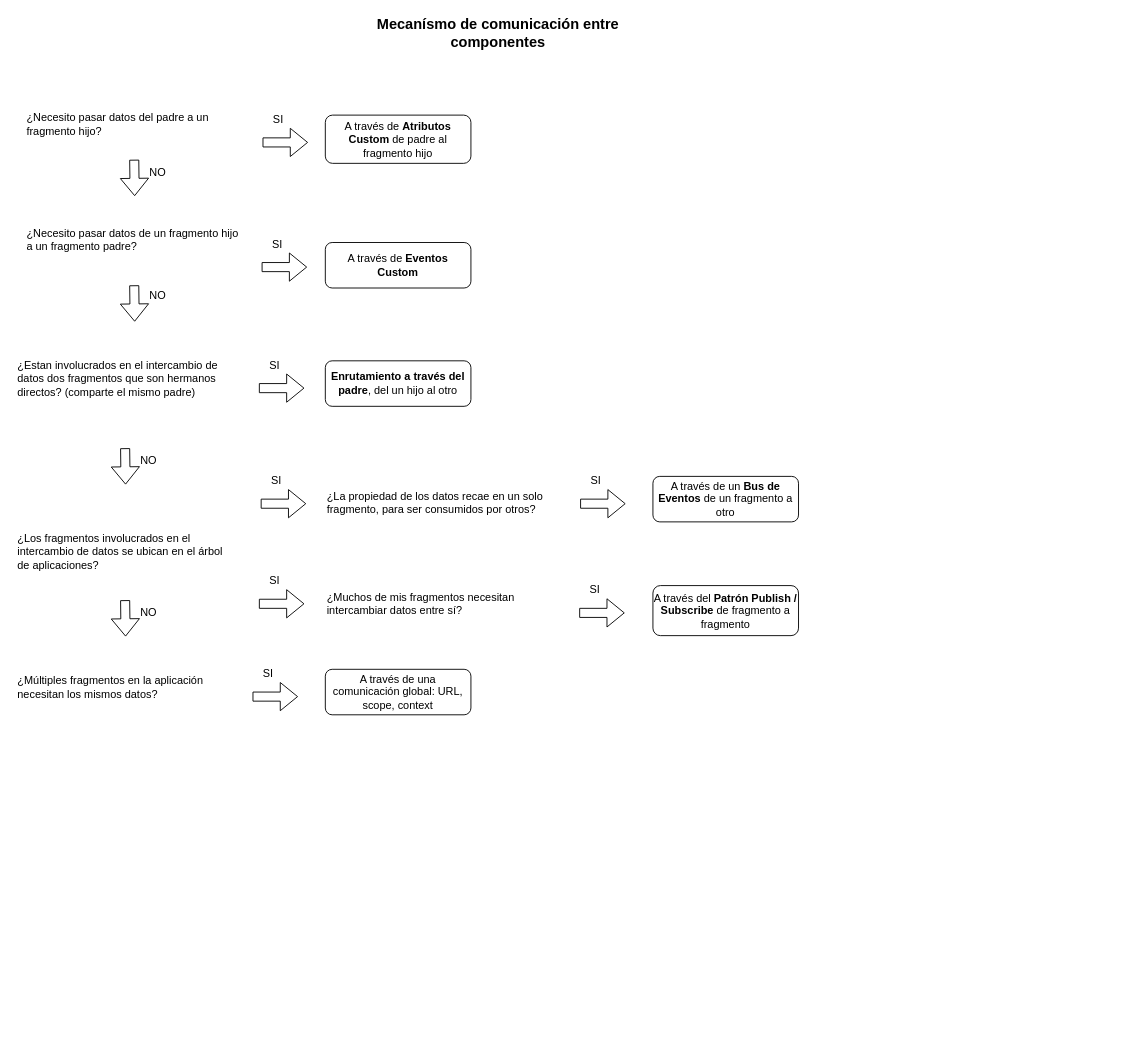
Earlier version of the draw.io diagram page "comunication" (3 of 6) of docs/architecture.dio (Project-Foundations/pfmf-react-root). Source tidied: cells renumbered, new cells numbered last; positions are measured from the earlier drawing's top-left corner, leaving out a move shared by most shapes. Both pictures are drawn from the tidied source at 91%, with x=0, y=0 at pixel (15, 19).
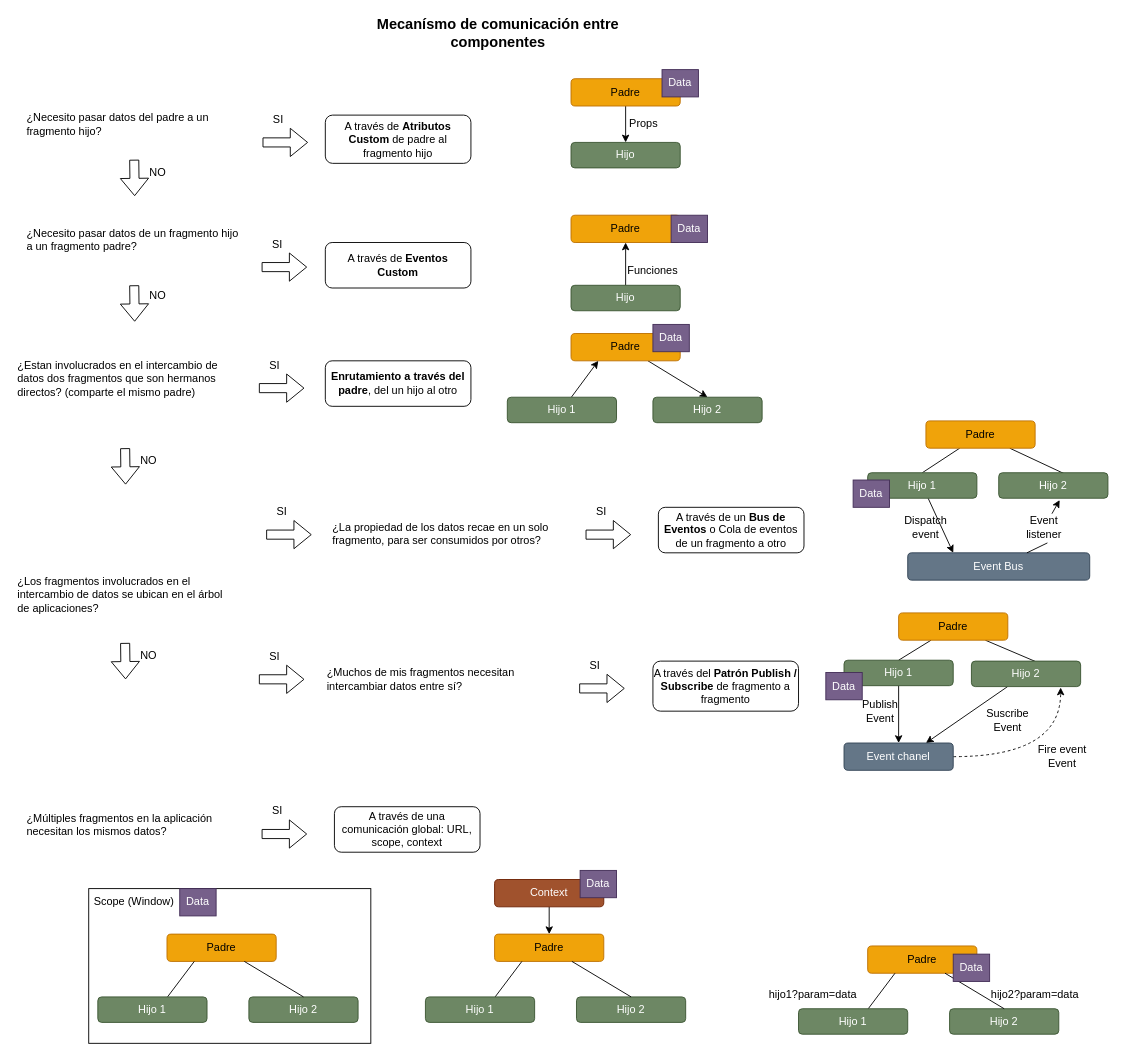
The same diagram, later.

Change to the diagram source:
```diff
@@
     <mxCell id="11" value="¿Los fragmentos involucrados en el intercambio de datos se ubican en el árbol de aplicaciones?" style="text;html=1;strokeColor=none;fillColor=none;align=left;verticalAlign=middle;whiteSpace=wrap;rounded=0;" parent="1" vertex="1">
-      <mxGeometry y="565" width="230" height="40" as="geometry" />
+      <mxGeometry y="612" width="230" height="40" as="geometry" />
     </mxCell>
     <mxCell id="12" value="¿La propiedad de los datos recae en un solo fragmento, para ser consumidos por otros?" style="text;html=1;strokeColor=none;fillColor=none;align=left;verticalAlign=middle;whiteSpace=wrap;rounded=0;" parent="1" vertex="1">
-      <mxGeometry x="340" y="511" width="240" height="40" as="geometry" />
+      <mxGeometry x="346" y="545" width="240" height="40" as="geometry" />
     </mxCell>
-    <mxCell id="13" value="A través de un &lt;b&gt;Bus de Eventos&lt;/b&gt; de un fragmento a otro" style="rounded=1;whiteSpace=wrap;html=1;" parent="1" vertex="1">
-      <mxGeometry x="700" y="502" width="160" height="50" as="geometry" />
+    <mxCell id="13" value="A través de un &lt;b&gt;Bus de Eventos&lt;/b&gt;&amp;nbsp;o Cola de eventos de un fragmento a otro" style="rounded=1;whiteSpace=wrap;html=1;" parent="1" vertex="1">
+      <mxGeometry x="706" y="536" width="160" height="50" as="geometry" />
     </mxCell>
     <mxCell id="14" value="¿Muchos de mis fragmentos necesitan intercambiar datos entre sí?" style="text;html=1;strokeColor=none;fillColor=none;align=left;verticalAlign=middle;whiteSpace=wrap;rounded=0;" parent="1" vertex="1">
-      <mxGeometry x="340" y="622" width="240" height="40" as="geometry" />
+      <mxGeometry x="340" y="705" width="240" height="40" as="geometry" />
     </mxCell>
     <mxCell id="15" value="A través del &lt;b&gt;Patrón Publish / Subscribe&lt;/b&gt; de fragmento a fragmento" style="rounded=1;whiteSpace=wrap;html=1;" parent="1" vertex="1">
-      <mxGeometry x="700" y="622" width="160" height="55" as="geometry" />
+      <mxGeometry x="700" y="705" width="160" height="55" as="geometry" />
     </mxCell>
     <mxCell id="16" value="¿Múltiples fragmentos en la aplicación necesitan los mismos datos?" style="text;html=1;strokeColor=none;fillColor=none;align=left;verticalAlign=middle;whiteSpace=wrap;rounded=0;" parent="1" vertex="1">
-      <mxGeometry y="714" width="250" height="40" as="geometry" />
+      <mxGeometry x="10" y="865" width="250" height="40" as="geometry" />
     </mxCell>
     <mxCell id="17" value="A través de una comunicación global: URL, scope, context" style="rounded=1;whiteSpace=wrap;html=1;" parent="1" vertex="1">
-      <mxGeometry x="340" y="714" width="160" height="50" as="geometry" />
+      <mxGeometry x="350" y="865" width="160" height="50" as="geometry" />
     </mxCell>
@@
     <mxCell id="33" style="group;" parent="1" vertex="1">
-      <mxGeometry x="269" y="492" width="50" height="40" as="geometry" />
+      <mxGeometry x="275" y="526" width="50" height="40" as="geometry" />
     </mxCell>
@@
     <mxCell id="36" style="group;" parent="1" vertex="1">
-      <mxGeometry x="267" y="602" width="50" height="40" as="geometry" />
+      <mxGeometry x="267" y="685" width="50" height="40" as="geometry" />
     </mxCell>
@@
     <mxCell id="39" style="group;" parent="1" vertex="1">
-      <mxGeometry x="620" y="492" width="50" height="40" as="geometry" />
+      <mxGeometry x="626" y="526" width="50" height="40" as="geometry" />
     </mxCell>
@@
     <mxCell id="42" style="group;" parent="1" vertex="1">
-      <mxGeometry x="619" y="612" width="50" height="40" as="geometry" />
+      <mxGeometry x="619" y="695" width="50" height="40" as="geometry" />
     </mxCell>
@@
     <mxCell id="45" style="group;" parent="1" vertex="1">
-      <mxGeometry x="120" y="638" width="40.5" height="40" as="geometry" />
+      <mxGeometry x="120" y="685" width="40.5" height="40" as="geometry" />
     </mxCell>
@@
     <mxCell id="48" style="group;" parent="1" vertex="1">
-      <mxGeometry x="260" y="704" width="50" height="40" as="geometry" />
+      <mxGeometry x="270" y="855" width="50" height="40" as="geometry" />
     </mxCell>
@@
+    <mxCell id="52" style="edgeStyle=none;html=1;fontSize=12;" parent="1" edge="1" source="53" target="54">
+      <mxGeometry relative="1" as="geometry" />
+    </mxCell>
+    <mxCell id="53" value="Padre" style="rounded=1;whiteSpace=wrap;html=1;fontSize=12;fillColor=#f0a30a;strokeColor=#BD7000;fontColor=#000000;" parent="1" vertex="1">
+      <mxGeometry x="610" y="65" width="120" height="30" as="geometry" />
+    </mxCell>
+    <mxCell id="54" value="Hijo" style="rounded=1;whiteSpace=wrap;html=1;fontSize=12;fillColor=#6d8764;fontColor=#ffffff;strokeColor=#3A5431;" parent="1" vertex="1">
+      <mxGeometry x="610" y="135" width="120" height="28" as="geometry" />
+    </mxCell>
+    <mxCell id="55" value="Props" style="text;html=1;strokeColor=none;fillColor=none;align=center;verticalAlign=middle;whiteSpace=wrap;rounded=0;fontSize=12;" parent="1" vertex="1">
+      <mxGeometry x="670" y="100" width="40" height="30" as="geometry" />
+    </mxCell>
+    <mxCell id="56" style="edgeStyle=none;html=1;fontSize=12;exitX=0.5;exitY=0;exitDx=0;exitDy=0;entryX=0.5;entryY=1;entryDx=0;entryDy=0;" parent="1" edge="1" source="58" target="57">
+      <mxGeometry relative="1" as="geometry" />
+    </mxCell>
+    <mxCell id="57" value="Padre" style="rounded=1;whiteSpace=wrap;html=1;fontSize=12;fillColor=#f0a30a;strokeColor=#BD7000;fontColor=#000000;" parent="1" vertex="1">
+      <mxGeometry x="610" y="215" width="120" height="30" as="geometry" />
+    </mxCell>
+    <mxCell id="58" value="Hijo" style="rounded=1;whiteSpace=wrap;html=1;fontSize=12;fillColor=#6d8764;fontColor=#ffffff;strokeColor=#3A5431;" parent="1" vertex="1">
+      <mxGeometry x="610" y="292" width="120" height="28" as="geometry" />
+    </mxCell>
+    <mxCell id="59" value="Funciones" style="text;html=1;strokeColor=none;fillColor=none;align=center;verticalAlign=middle;whiteSpace=wrap;rounded=0;fontSize=12;" parent="1" vertex="1">
+      <mxGeometry x="680" y="261" width="40" height="30" as="geometry" />
+    </mxCell>
+    <mxCell id="60" style="edgeStyle=none;html=1;entryX=0.5;entryY=0;entryDx=0;entryDy=0;fontSize=12;" parent="1" edge="1" source="61" target="65">
+      <mxGeometry relative="1" as="geometry" />
+    </mxCell>
+    <mxCell id="61" value="Padre" style="rounded=1;whiteSpace=wrap;html=1;fontSize=12;fillColor=#f0a30a;strokeColor=#BD7000;fontColor=#000000;" parent="1" vertex="1">
+      <mxGeometry x="610" y="345" width="120" height="30" as="geometry" />
+    </mxCell>
+    <mxCell id="62" style="edgeStyle=none;html=1;entryX=0.25;entryY=1;entryDx=0;entryDy=0;fontSize=12;" parent="1" edge="1" source="63" target="61">
+      <mxGeometry relative="1" as="geometry" />
+    </mxCell>
+    <mxCell id="63" value="Hijo 1" style="rounded=1;whiteSpace=wrap;html=1;fontSize=12;fillColor=#6d8764;fontColor=#ffffff;strokeColor=#3A5431;" parent="1" vertex="1">
+      <mxGeometry x="540" y="415" width="120" height="28" as="geometry" />
+    </mxCell>
+    <mxCell id="64" value="Data" style="text;html=1;align=center;verticalAlign=middle;whiteSpace=wrap;rounded=0;fontSize=12;fillColor=#76608a;strokeColor=#432D57;fontColor=#ffffff;" parent="1" vertex="1">
+      <mxGeometry x="700" y="335" width="40" height="30" as="geometry" />
+    </mxCell>
+    <mxCell id="65" value="Hijo 2" style="rounded=1;whiteSpace=wrap;html=1;fontSize=12;fillColor=#6d8764;fontColor=#ffffff;strokeColor=#3A5431;" parent="1" vertex="1">
+      <mxGeometry x="700" y="415" width="120" height="28" as="geometry" />
+    </mxCell>
+    <mxCell id="66" style="edgeStyle=none;html=1;entryX=0.5;entryY=0;entryDx=0;entryDy=0;fontSize=12;endArrow=none;endFill=0;" parent="1" edge="1" source="68" target="70">
+      <mxGeometry relative="1" as="geometry" />
+    </mxCell>
+    <mxCell id="67" style="edgeStyle=none;html=1;entryX=0.617;entryY=0.071;entryDx=0;entryDy=0;entryPerimeter=0;fontSize=12;endArrow=none;endFill=0;" parent="1" edge="1" source="68" target="72">
+      <mxGeometry relative="1" as="geometry" />
+    </mxCell>
+    <mxCell id="68" value="Padre" style="rounded=1;whiteSpace=wrap;html=1;fontSize=12;fillColor=#f0a30a;strokeColor=#BD7000;fontColor=#000000;" parent="1" vertex="1">
+      <mxGeometry x="1000" y="441" width="120" height="30" as="geometry" />
+    </mxCell>
+    <mxCell id="69" style="edgeStyle=none;html=1;entryX=0.25;entryY=0;entryDx=0;entryDy=0;fontSize=12;" parent="1" edge="1" source="70" target="74">
+      <mxGeometry relative="1" as="geometry" />
+    </mxCell>
+    <mxCell id="70" value="Hijo 1" style="rounded=1;whiteSpace=wrap;html=1;fontSize=12;fillColor=#6d8764;fontColor=#ffffff;strokeColor=#3A5431;" parent="1" vertex="1">
+      <mxGeometry x="936" y="498" width="120" height="28" as="geometry" />
+    </mxCell>
+    <mxCell id="71" value="Data" style="text;html=1;strokeColor=#432D57;fillColor=#76608a;align=center;verticalAlign=middle;whiteSpace=wrap;rounded=0;fontSize=12;fontColor=#ffffff;" parent="1" vertex="1">
+      <mxGeometry x="920" y="506" width="40" height="30" as="geometry" />
+    </mxCell>
+    <mxCell id="72" value="Hijo 2" style="rounded=1;whiteSpace=wrap;html=1;fontSize=12;fillColor=#6d8764;fontColor=#ffffff;strokeColor=#3A5431;" parent="1" vertex="1">
+      <mxGeometry x="1080" y="498" width="120" height="28" as="geometry" />
+    </mxCell>
+    <mxCell id="73" style="edgeStyle=none;html=1;entryX=0.558;entryY=1.071;entryDx=0;entryDy=0;entryPerimeter=0;fontSize=12;startArrow=none;" parent="1" edge="1" source="76" target="72">
+      <mxGeometry relative="1" as="geometry" />
+    </mxCell>
+    <mxCell id="74" value="Event Bus" style="rounded=1;whiteSpace=wrap;html=1;fontSize=12;fillColor=#647687;fontColor=#ffffff;strokeColor=#314354;" parent="1" vertex="1">
+      <mxGeometry x="980" y="586" width="200" height="30" as="geometry" />
+    </mxCell>
+    <mxCell id="75" value="Dispatch event" style="text;html=1;strokeColor=none;fillColor=none;align=center;verticalAlign=middle;whiteSpace=wrap;rounded=0;fontSize=12;" parent="1" vertex="1">
+      <mxGeometry x="970" y="543" width="60" height="30" as="geometry" />
+    </mxCell>
+    <mxCell id="76" value="Event listener" style="text;html=1;strokeColor=none;fillColor=none;align=center;verticalAlign=middle;whiteSpace=wrap;rounded=0;fontSize=12;" parent="1" vertex="1">
+      <mxGeometry x="1100" y="543" width="60" height="30" as="geometry" />
+    </mxCell>
+    <mxCell id="77" style="edgeStyle=none;html=1;entryX=0.558;entryY=1.071;entryDx=0;entryDy=0;entryPerimeter=0;fontSize=12;endArrow=none;" parent="1" edge="1" source="74" target="76">
+      <mxGeometry relative="1" as="geometry" />
+    </mxCell>
+    <mxCell id="78" style="edgeStyle=none;html=1;entryX=0.5;entryY=0;entryDx=0;entryDy=0;fontSize=12;endArrow=none;endFill=0;" parent="1" edge="1" source="80" target="82">
+      <mxGeometry relative="1" as="geometry" />
+    </mxCell>
+    <mxCell id="79" style="edgeStyle=none;html=1;entryX=0.617;entryY=0.071;entryDx=0;entryDy=0;entryPerimeter=0;fontSize=12;endArrow=none;endFill=0;" parent="1" edge="1" source="80" target="84">
+      <mxGeometry relative="1" as="geometry" />
+    </mxCell>
+    <mxCell id="80" value="Padre" style="rounded=1;whiteSpace=wrap;html=1;fontSize=12;fillColor=#f0a30a;strokeColor=#BD7000;fontColor=#000000;" parent="1" vertex="1">
+      <mxGeometry x="970" y="652" width="120" height="30" as="geometry" />
+    </mxCell>
+    <mxCell id="81" style="edgeStyle=none;html=1;entryX=0.5;entryY=0;entryDx=0;entryDy=0;fontSize=12;endArrow=classic;endFill=1;" parent="1" edge="1" source="82" target="86">
+      <mxGeometry relative="1" as="geometry" />
+    </mxCell>
+    <mxCell id="82" value="Hijo 1" style="rounded=1;whiteSpace=wrap;html=1;fontSize=12;fillColor=#6d8764;fontColor=#ffffff;strokeColor=#3A5431;" parent="1" vertex="1">
+      <mxGeometry x="910" y="704" width="120" height="28" as="geometry" />
+    </mxCell>
+    <mxCell id="83" style="edgeStyle=none;html=1;entryX=0.75;entryY=0;entryDx=0;entryDy=0;fontSize=12;endArrow=classic;endFill=1;" parent="1" edge="1" source="84" target="86">
+      <mxGeometry relative="1" as="geometry" />
+    </mxCell>
+    <mxCell id="84" value="Hijo 2" style="rounded=1;whiteSpace=wrap;html=1;fontSize=12;fillColor=#6d8764;fontColor=#ffffff;strokeColor=#3A5431;" parent="1" vertex="1">
+      <mxGeometry x="1050" y="705" width="120" height="28" as="geometry" />
+    </mxCell>
+    <mxCell id="85" style="edgeStyle=orthogonalEdgeStyle;html=1;entryX=0.817;entryY=1.036;entryDx=0;entryDy=0;entryPerimeter=0;fontSize=12;endArrow=classic;endFill=1;curved=1;dashed=1;" parent="1" edge="1" source="86" target="84">
+      <mxGeometry relative="1" as="geometry" />
+    </mxCell>
+    <mxCell id="86" value="Event chanel" style="rounded=1;whiteSpace=wrap;html=1;fontSize=12;fillColor=#647687;fontColor=#ffffff;strokeColor=#314354;" parent="1" vertex="1">
+      <mxGeometry x="910" y="795" width="120" height="30" as="geometry" />
+    </mxCell>
+    <mxCell id="87" value="Publish&lt;br&gt;Event" style="text;html=1;strokeColor=none;fillColor=none;align=center;verticalAlign=middle;whiteSpace=wrap;rounded=0;fontSize=12;" parent="1" vertex="1">
+      <mxGeometry x="920" y="745" width="60" height="30" as="geometry" />
+    </mxCell>
+    <mxCell id="88" value="Suscribe&lt;br&gt;Event" style="text;html=1;strokeColor=none;fillColor=none;align=center;verticalAlign=middle;whiteSpace=wrap;rounded=0;fontSize=12;" parent="1" vertex="1">
+      <mxGeometry x="1060" y="755" width="60" height="30" as="geometry" />
+    </mxCell>
+    <mxCell id="89" value="Fire event&lt;br&gt;Event" style="text;html=1;strokeColor=none;fillColor=none;align=center;verticalAlign=middle;whiteSpace=wrap;rounded=0;fontSize=12;" parent="1" vertex="1">
+      <mxGeometry x="1120" y="795" width="60" height="30" as="geometry" />
+    </mxCell>
+    <mxCell id="90" value="Data" style="text;html=1;strokeColor=#432D57;fillColor=#76608a;align=center;verticalAlign=middle;whiteSpace=wrap;rounded=0;fontSize=12;fontColor=#ffffff;" parent="1" vertex="1">
+      <mxGeometry x="890" y="717.5" width="40" height="30" as="geometry" />
+    </mxCell>
+    <mxCell id="91" value="Data" style="text;html=1;align=center;verticalAlign=middle;whiteSpace=wrap;rounded=0;fontSize=12;fillColor=#76608a;strokeColor=#432D57;fontColor=#ffffff;" parent="1" vertex="1">
+      <mxGeometry x="710" y="55" width="40" height="30" as="geometry" />
+    </mxCell>
+    <mxCell id="92" value="Data" style="text;html=1;align=center;verticalAlign=middle;whiteSpace=wrap;rounded=0;fontSize=12;fillColor=#76608a;strokeColor=#432D57;fontColor=#ffffff;" parent="1" vertex="1">
+      <mxGeometry x="720" y="215" width="40" height="30" as="geometry" />
+    </mxCell>
+    <mxCell id="93" value="Scope (Window)" style="rounded=0;whiteSpace=wrap;html=1;fontSize=12;align=left;verticalAlign=top;spacingLeft=4;" parent="1" vertex="1">
+      <mxGeometry x="80" y="955" width="310" height="170" as="geometry" />
+    </mxCell>
+    <mxCell id="94" style="group;" parent="1" vertex="1">
+      <mxGeometry x="90" y="1005" width="286" height="97" as="geometry" />
+    </mxCell>
+    <mxCell id="95" value="Padre" style="rounded=1;whiteSpace=wrap;html=1;fontSize=12;fillColor=#f0a30a;strokeColor=#BD7000;fontColor=#000000;" parent="94" vertex="1">
+      <mxGeometry x="76" width="120" height="30" as="geometry" />
+    </mxCell>
+    <mxCell id="96" style="edgeStyle=none;html=1;entryX=0.25;entryY=1;entryDx=0;entryDy=0;fontSize=12;endArrow=none;endFill=0;" parent="94" edge="1" target="95">
+      <mxGeometry relative="1" as="geometry">
+        <mxPoint x="76.6" y="69" as="sourcePoint" />
+      </mxGeometry>
+    </mxCell>
+    <mxCell id="97" value="Hijo 1" style="rounded=1;whiteSpace=wrap;html=1;fontSize=12;fillColor=#6d8764;fontColor=#ffffff;strokeColor=#3A5431;" parent="94" vertex="1">
+      <mxGeometry y="69" width="120" height="28" as="geometry" />
+    </mxCell>
+    <mxCell id="98" value="Hijo 2" style="rounded=1;whiteSpace=wrap;html=1;fontSize=12;fillColor=#6d8764;fontColor=#ffffff;strokeColor=#3A5431;" parent="94" vertex="1">
+      <mxGeometry x="166" y="69" width="120" height="28" as="geometry" />
+    </mxCell>
+    <mxCell id="99" style="edgeStyle=none;html=1;entryX=0.5;entryY=0;entryDx=0;entryDy=0;fontSize=12;endArrow=none;endFill=0;" parent="94" edge="1" source="95" target="98">
+      <mxGeometry relative="1" as="geometry" />
+    </mxCell>
+    <mxCell id="100" value="Data" style="text;html=1;align=center;verticalAlign=middle;whiteSpace=wrap;rounded=0;fontSize=12;fillColor=#76608a;strokeColor=#432D57;fontColor=#ffffff;" parent="1" vertex="1">
+      <mxGeometry x="180" y="955" width="40" height="30" as="geometry" />
+    </mxCell>
+    <mxCell id="101" style="group;" parent="1" vertex="1">
+      <mxGeometry x="450" y="1005" width="286" height="97" as="geometry" />
+    </mxCell>
+    <mxCell id="102" value="Padre" style="rounded=1;whiteSpace=wrap;html=1;fontSize=12;fillColor=#f0a30a;strokeColor=#BD7000;fontColor=#000000;" parent="101" vertex="1">
+      <mxGeometry x="76" width="120" height="30" as="geometry" />
+    </mxCell>
+    <mxCell id="103" style="edgeStyle=none;html=1;entryX=0.25;entryY=1;entryDx=0;entryDy=0;fontSize=12;endArrow=none;endFill=0;" parent="101" edge="1" target="102">
+      <mxGeometry relative="1" as="geometry">
+        <mxPoint x="76.6" y="69" as="sourcePoint" />
+      </mxGeometry>
+    </mxCell>
+    <mxCell id="104" value="Hijo 1" style="rounded=1;whiteSpace=wrap;html=1;fontSize=12;fillColor=#6d8764;fontColor=#ffffff;strokeColor=#3A5431;" parent="101" vertex="1">
+      <mxGeometry y="69" width="120" height="28" as="geometry" />
+    </mxCell>
+    <mxCell id="105" value="Hijo 2" style="rounded=1;whiteSpace=wrap;html=1;fontSize=12;fillColor=#6d8764;fontColor=#ffffff;strokeColor=#3A5431;" parent="101" vertex="1">
+      <mxGeometry x="166" y="69" width="120" height="28" as="geometry" />
+    </mxCell>
+    <mxCell id="106" style="edgeStyle=none;html=1;entryX=0.5;entryY=0;entryDx=0;entryDy=0;fontSize=12;endArrow=none;endFill=0;" parent="101" edge="1" source="102" target="105">
+      <mxGeometry relative="1" as="geometry" />
+    </mxCell>
+    <mxCell id="107" style="html=1;fontSize=12;endArrow=classic;endFill=1;" parent="1" edge="1" source="108" target="102">
+      <mxGeometry relative="1" as="geometry" />
+    </mxCell>
+    <mxCell id="108" value="Context" style="rounded=1;whiteSpace=wrap;html=1;fontSize=12;fillColor=#a0522d;strokeColor=#6D1F00;fontColor=#ffffff;" parent="1" vertex="1">
+      <mxGeometry x="526" y="945" width="120" height="30" as="geometry" />
+    </mxCell>
+    <mxCell id="109" value="Data" style="text;html=1;align=center;verticalAlign=middle;whiteSpace=wrap;rounded=0;fontSize=12;fillColor=#76608a;strokeColor=#432D57;fontColor=#ffffff;" parent="1" vertex="1">
+      <mxGeometry x="620" y="935" width="40" height="30" as="geometry" />
+    </mxCell>
+    <mxCell id="110" value="Padre" style="rounded=1;whiteSpace=wrap;html=1;fontSize=12;fillColor=#f0a30a;strokeColor=#BD7000;fontColor=#000000;" parent="1" vertex="1">
+      <mxGeometry x="936" y="1018" width="120" height="30" as="geometry" />
+    </mxCell>
+    <mxCell id="111" style="edgeStyle=none;html=1;entryX=0.25;entryY=1;entryDx=0;entryDy=0;fontSize=12;endArrow=none;endFill=0;" parent="1" edge="1" target="110">
+      <mxGeometry relative="1" as="geometry">
+        <mxPoint x="936.6" y="1087" as="sourcePoint" />
+      </mxGeometry>
+    </mxCell>
+    <mxCell id="112" value="Hijo 1" style="rounded=1;whiteSpace=wrap;html=1;fontSize=12;fillColor=#6d8764;fontColor=#ffffff;strokeColor=#3A5431;" parent="1" vertex="1">
+      <mxGeometry x="860" y="1087" width="120" height="28" as="geometry" />
+    </mxCell>
+    <mxCell id="113" value="Hijo 2" style="rounded=1;whiteSpace=wrap;html=1;fontSize=12;fillColor=#6d8764;fontColor=#ffffff;strokeColor=#3A5431;" parent="1" vertex="1">
+      <mxGeometry x="1026" y="1087" width="120" height="28" as="geometry" />
+    </mxCell>
+    <mxCell id="114" style="edgeStyle=none;html=1;entryX=0.5;entryY=0;entryDx=0;entryDy=0;fontSize=12;endArrow=none;endFill=0;" parent="1" edge="1" source="110" target="113">
+      <mxGeometry relative="1" as="geometry" />
+    </mxCell>
+    <mxCell id="115" value="Data" style="text;html=1;align=center;verticalAlign=middle;whiteSpace=wrap;rounded=0;fontSize=12;fillColor=#76608a;strokeColor=#432D57;fontColor=#ffffff;" parent="1" vertex="1">
+      <mxGeometry x="1030" y="1027" width="40" height="30" as="geometry" />
+    </mxCell>
+    <mxCell id="116" value="hijo1?param=data" style="text;html=1;strokeColor=none;fillColor=none;align=center;verticalAlign=middle;whiteSpace=wrap;rounded=0;fontSize=12;" parent="1" vertex="1">
+      <mxGeometry x="816" y="1057" width="120" height="30" as="geometry" />
+    </mxCell>
+    <mxCell id="117" value="hijo2?param=data" style="text;html=1;strokeColor=none;fillColor=none;align=center;verticalAlign=middle;whiteSpace=wrap;rounded=0;fontSize=12;" parent="1" vertex="1">
+      <mxGeometry x="1060" y="1057" width="120" height="30" as="geometry" />
+    </mxCell>
```
